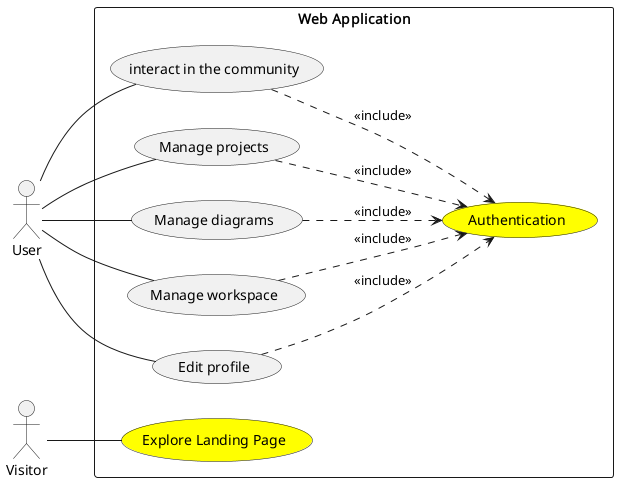
Earlier version of the PlantUML export conception/SprintII/use_case_diagrams/use_case_diagram_of_SprintII.png (souhaib-askri/report_pfe). Its source is kept beside it as conception/SprintII/use_case_diagrams/use_case_diagram_of_SprintII.puml. Its diagram source:
```plantuml
@startuml

left to right direction

actor "User" as User
actor "Visitor" as Visitor

rectangle "Web Application" {
    usecase "Explore Landing Page" as ExploreLandingPage #Yellow
    usecase "Authentication" as user_auth #Yellow

    usecase "interact in the community" as InteractWithCommunity
    usecase "Manage projects" as ManageProjects
    usecase "Manage diagrams" as ManageDiagrams
    usecase "Manage workspace" as ManageWorkspace
    usecase "Edit profile" as EditProfile



}


Visitor -- ExploreLandingPage
User -- InteractWithCommunity
User -- ManageProjects
User -- ManageDiagrams
User -- EditProfile
User -- ManageWorkspace



InteractWithCommunity ..> user_auth : <<include>>
ManageProjects ..> user_auth : <<include>>
ManageDiagrams ..> user_auth : <<include>>
ManageWorkspace ..> user_auth : <<include>>
EditProfile ..> user_auth : <<include>>






@enduml
```
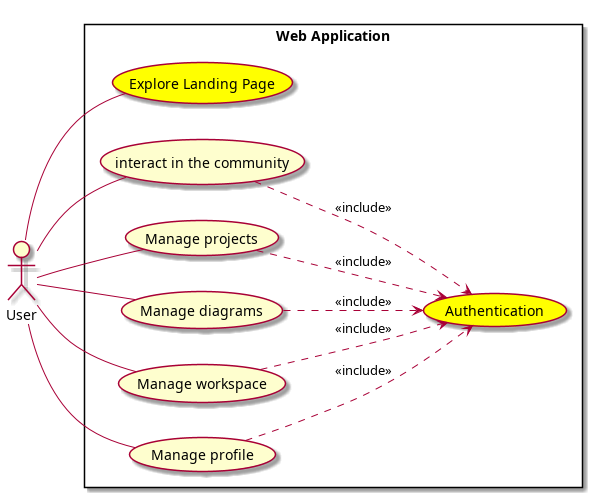
After the change.

What changed in the source:
```diff
@@ -3,7 +3,7 @@
 left to right direction
 
 actor "User" as User
-actor "Visitor" as Visitor
+
 
 rectangle "Web Application" {
     usecase "Explore Landing Page" as ExploreLandingPage #Yellow
@@ -13,14 +13,14 @@
     usecase "Manage projects" as ManageProjects
     usecase "Manage diagrams" as ManageDiagrams
     usecase "Manage workspace" as ManageWorkspace
-    usecase "Edit profile" as EditProfile
+    usecase "Manage profile" as EditProfile
 
 
 
 }
 
 
-Visitor -- ExploreLandingPage
+User -- ExploreLandingPage
 User -- InteractWithCommunity
 User -- ManageProjects
 User -- ManageDiagrams
```
